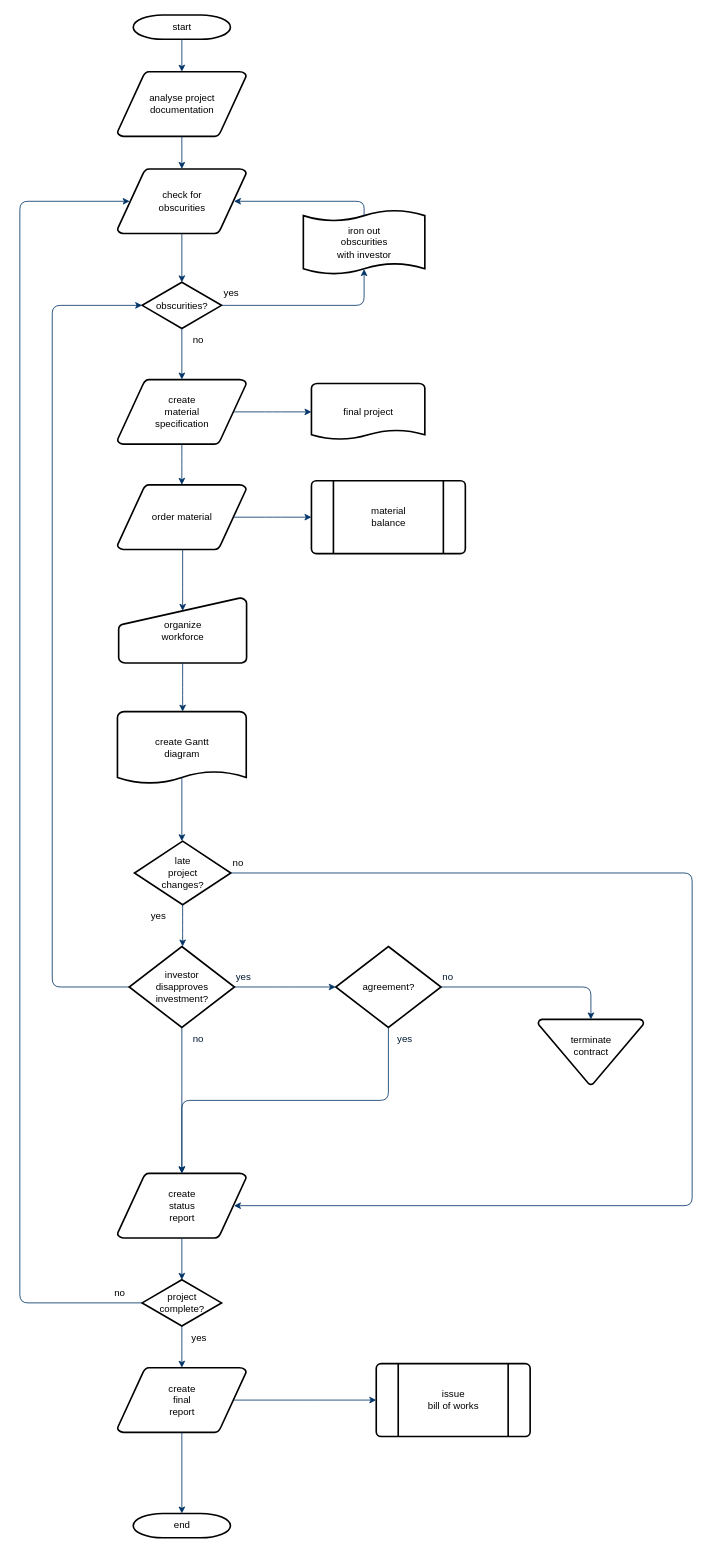
Before: first_attestation.drawio in asergeev79/First_attestation, a draw.io diagram. Source tidied: cells renumbered, new cells numbered last; positions are measured from the earlier drawing's top-left corner, leaving out a move shared by most shapes. Both pictures are drawn from the tidied source at 81%, with x=0, y=0 at pixel (19, 15).
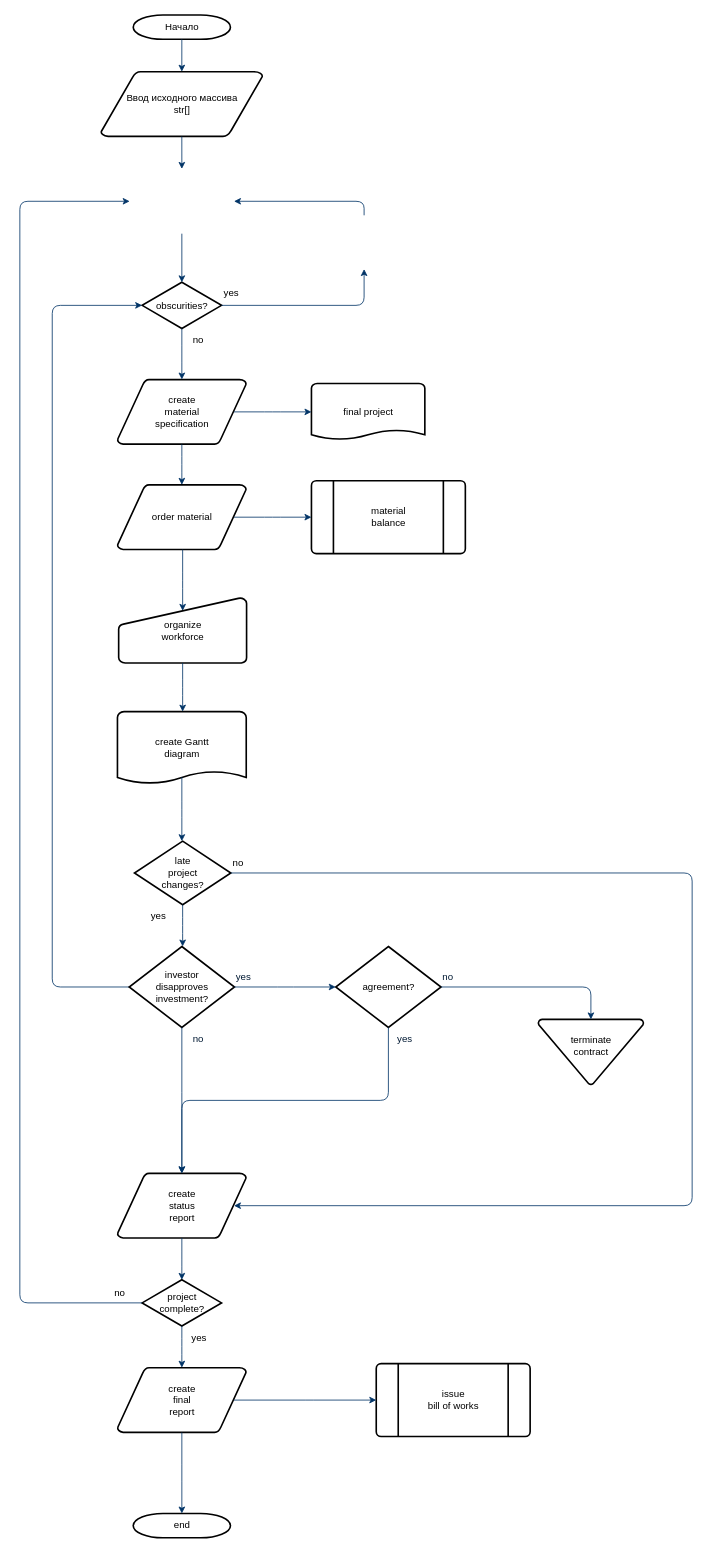
After the change.

The change refers to these unchanged cells:
```xml
<mxCell id="6" value="obscurities?" style="shape=mxgraph.flowchart.decision;strokeWidth=2;gradientColor=none;gradientDirection=north;fontStyle=0;html=1;" parent="1" vertex="1">
  <mxGeometry x="151" y="330" width="98" height="57" as="geometry" />
</mxCell>
<mxCell id="37" value="project&#10;complete?" style="shape=mxgraph.flowchart.decision;strokeWidth=2;gradientColor=none;gradientDirection=north;fontStyle=0;html=1;" parent="1" vertex="1">
  <mxGeometry x="151" y="1561.5" width="98" height="57" as="geometry" />
</mxCell>
```

What changed in the source:
```diff
@@
-    <mxCell id="2" value="start" style="shape=mxgraph.flowchart.terminator;strokeWidth=2;gradientColor=none;gradientDirection=north;fontStyle=0;html=1;" parent="1" vertex="1">
+    <mxCell id="2" value="Начало" style="shape=mxgraph.flowchart.terminator;strokeWidth=2;gradientColor=none;gradientDirection=north;fontStyle=0;html=1;" parent="1" vertex="1">
       <mxGeometry x="140" width="120" height="30" as="geometry" />
     </mxCell>
-    <mxCell id="3" value="analyse project&#10; documentation" style="shape=mxgraph.flowchart.data;strokeWidth=2;gradientColor=none;gradientDirection=north;fontStyle=0;html=1;" parent="1" vertex="1">
-      <mxGeometry x="120.5" y="70" width="159" height="80" as="geometry" />
+    <mxCell id="3" value="Ввод исходного массива&lt;br&gt;str[]" style="shape=mxgraph.flowchart.data;strokeWidth=2;gradientColor=none;gradientDirection=north;fontStyle=0;html=1;" parent="1" vertex="1">
+      <mxGeometry x="100.2" y="70" width="199.5" height="80" as="geometry" />
     </mxCell>
@@
-    <mxCell id="5" value="check for&#10;obscurities" style="shape=mxgraph.flowchart.data;strokeWidth=2;gradientColor=none;gradientDirection=north;fontStyle=0;html=1;" parent="1" vertex="1">
-      <mxGeometry x="120.5" y="190" width="159" height="80" as="geometry" />
-    </mxCell>
@@
-    <mxCell id="8" style="fontStyle=1;strokeColor=#003366;strokeWidth=1;html=1;" parent="1" edge="1" source="3" target="5">
-      <mxGeometry relative="1" as="geometry" />
+    <mxCell id="8" style="fontStyle=1;strokeColor=#003366;strokeWidth=1;html=1;" parent="1" edge="1" source="3">
+      <mxGeometry relative="1" as="geometry">
+        <mxPoint x="200" y="190" as="targetPoint" />
+      </mxGeometry>
     </mxCell>
-    <mxCell id="9" style="entryX=0.5;entryY=0;entryPerimeter=0;fontStyle=1;strokeColor=#003366;strokeWidth=1;html=1;" parent="1" edge="1" source="5" target="6">
-      <mxGeometry relative="1" as="geometry" />
+    <mxCell id="9" style="entryX=0.5;entryY=0;entryPerimeter=0;fontStyle=1;strokeColor=#003366;strokeWidth=1;html=1;" parent="1" edge="1" target="6">
+      <mxGeometry relative="1" as="geometry">
+        <mxPoint x="200" y="270" as="sourcePoint" />
+      </mxGeometry>
     </mxCell>
-    <mxCell id="10" style="edgeStyle=elbowEdgeStyle;elbow=horizontal;entryX=0.5;entryY=0.91;entryPerimeter=0;exitX=1;exitY=0.5;exitPerimeter=0;fontStyle=1;strokeColor=#003366;strokeWidth=1;html=1;" parent="1" edge="1" source="6" target="51">
+    <mxCell id="10" style="edgeStyle=elbowEdgeStyle;elbow=horizontal;entryX=0.5;entryY=0.91;entryPerimeter=0;exitX=1;exitY=0.5;exitPerimeter=0;fontStyle=1;strokeColor=#003366;strokeWidth=1;html=1;" parent="1" edge="1" source="6">
       <mxGeometry x="381" y="28.5" as="geometry">
+        <mxPoint x="425" y="313.7" as="targetPoint" />
         <Array as="points">
           <mxPoint x="425" y="340" />
         </Array>
       </mxGeometry>
     </mxCell>
@@
-    <mxCell id="51" value="iron out&#10;obscurities &#10;with investor" style="shape=mxgraph.flowchart.paper_tape;strokeWidth=2;gradientColor=none;gradientDirection=north;fontStyle=0;html=1;" parent="1" vertex="1">
-      <mxGeometry x="350" y="240" width="150" height="81" as="geometry" />
-    </mxCell>
-    <mxCell id="52" style="edgeStyle=elbowEdgeStyle;elbow=horizontal;exitX=0.5;exitY=0.09;exitPerimeter=0;entryX=0.905;entryY=0.5;entryPerimeter=0;fontStyle=1;strokeColor=#003366;strokeWidth=1;html=1;" parent="1" edge="1" source="51" target="5">
+    <mxCell id="52" style="edgeStyle=elbowEdgeStyle;elbow=horizontal;exitX=0.5;exitY=0.09;exitPerimeter=0;entryX=0.905;entryY=0.5;entryPerimeter=0;fontStyle=1;strokeColor=#003366;strokeWidth=1;html=1;" parent="1" edge="1">
       <mxGeometry as="geometry">
+        <mxPoint x="425" y="247.3" as="sourcePoint" />
+        <mxPoint x="264.4" y="230" as="targetPoint" />
         <Array as="points">
           <mxPoint x="425" y="240" />
         </Array>
       </mxGeometry>
     </mxCell>
@@
-    <mxCell id="54" style="edgeStyle=elbowEdgeStyle;elbow=horizontal;exitX=0;exitY=0.5;exitPerimeter=0;entryX=0.095;entryY=0.5;entryPerimeter=0;fontStyle=1;strokeColor=#003366;strokeWidth=1;html=1;" parent="1" edge="1" source="37" target="5">
+    <mxCell id="54" style="edgeStyle=elbowEdgeStyle;elbow=horizontal;exitX=0;exitY=0.5;exitPerimeter=0;entryX=0.095;entryY=0.5;entryPerimeter=0;fontStyle=1;strokeColor=#003366;strokeWidth=1;html=1;" parent="1" edge="1" source="37">
       <mxGeometry as="geometry">
+        <mxPoint x="135.6" y="230" as="targetPoint" />
         <Array as="points">
           <mxPoint y="910" />
         </Array>
       </mxGeometry>
     </mxCell>
```
